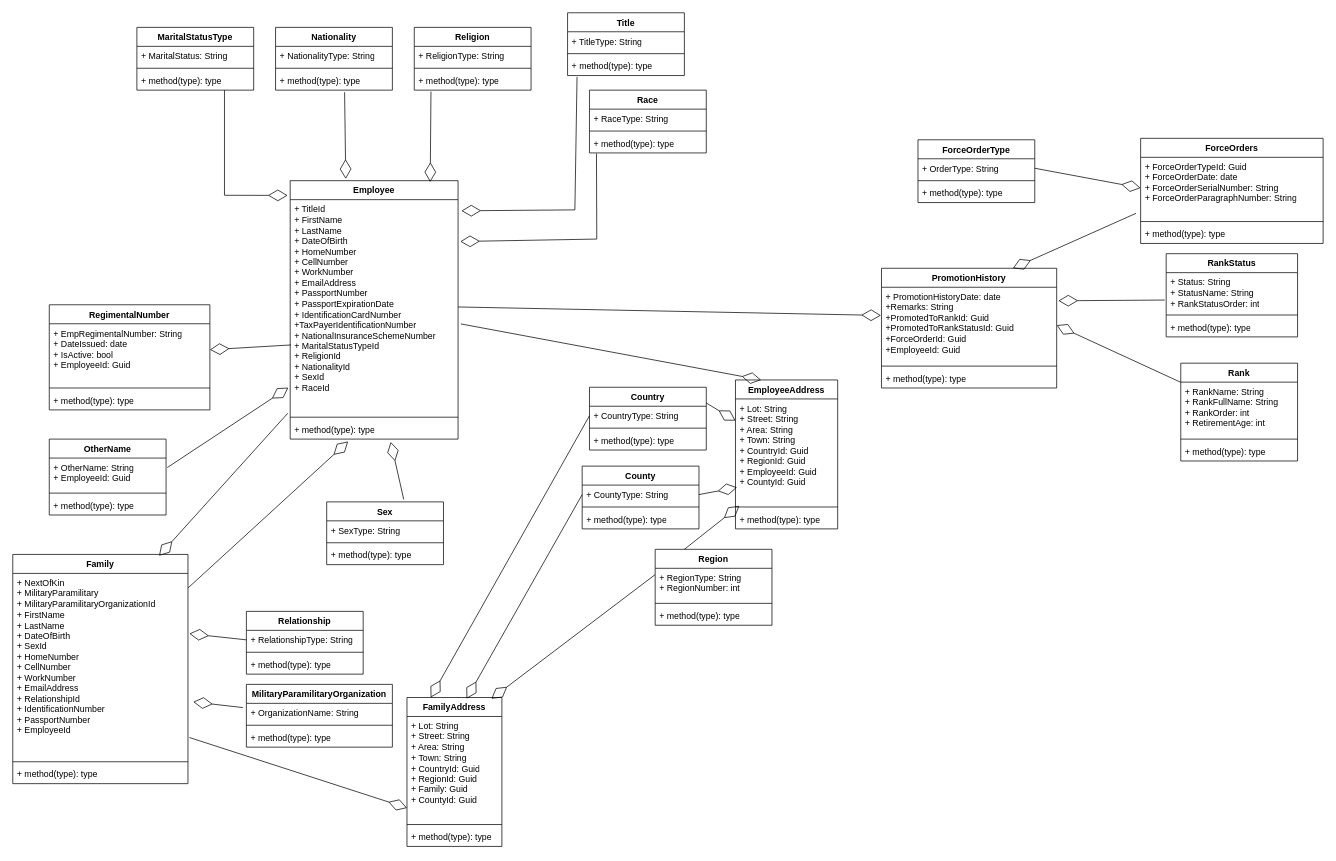
The draw.io diagram GDFHrmsDesignDocs.drawio in ResearchAndDevelopmentSignal/GDFHRMSDesignDocs, before the edit. Source tidied: cells renumbered, new cells numbered last; positions are measured from the earlier drawing's top-left corner, leaving out a move shared by most shapes. Both pictures are drawn from the tidied source at 73%, with x=0, y=0 at pixel (12, 12).
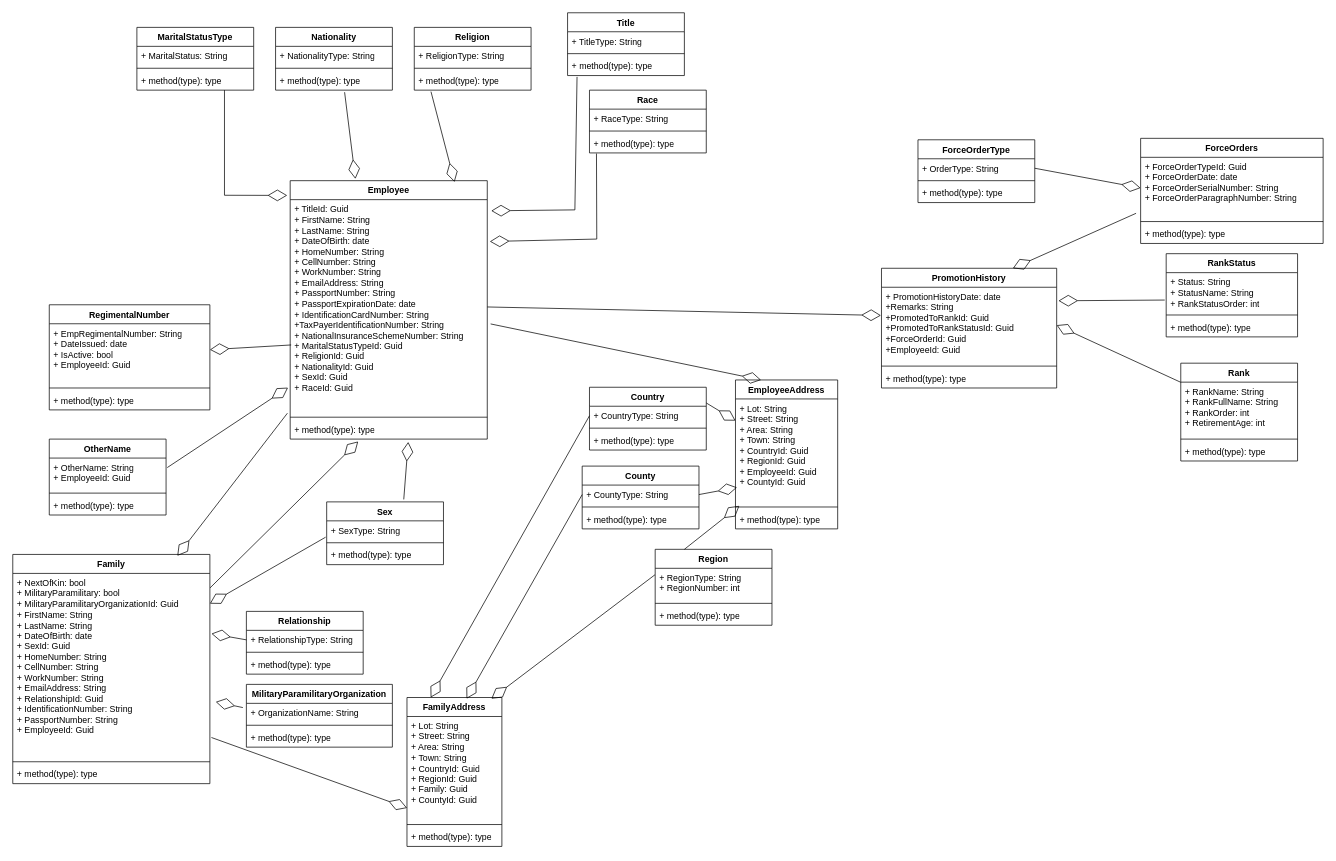
The same page after the edit.

Unchanged cells that the change refers to:
```xml
<mxCell id="19" value="+ SexType: String" style="text;strokeColor=none;fillColor=none;align=left;verticalAlign=top;spacingLeft=4;spacingRight=4;overflow=hidden;points=[[0,0.5],[1,0.5]];portConstraint=eastwest;whiteSpace=wrap;html=1;" parent="18" vertex="1">
  <mxGeometry y="26" width="160" height="26" as="geometry" />
</mxCell>
```

Change to the diagram source:
```diff
@@
     <mxCell id="50" value="Employee&lt;br&gt;" style="swimlane;fontStyle=1;align=center;verticalAlign=top;horizontal=1;startSize=26;whiteSpace=wrap;html=1;" parent="1" vertex="1">
-      <mxGeometry x="380" y="230" width="230" height="354" as="geometry" />
+      <mxGeometry x="380" y="230" width="270" height="354" as="geometry" />
     </mxCell>
-    <mxCell id="51" value="+ TitleId&lt;br&gt;+ FirstName&lt;br&gt;+ LastName&lt;br&gt;+ DateOfBirth&lt;br&gt;+ HomeNumber&lt;br&gt;+ CellNumber&lt;br&gt;+ WorkNumber&lt;br&gt;+ EmailAddress&lt;br&gt;+ PassportNumber&lt;br&gt;+ PassportExpirationDate&lt;br&gt;+ IdentificationCardNumber&lt;br&gt;+TaxPayerIdentificationNumber&lt;br&gt;+ NationalInsuranceSchemeNumber&lt;br&gt;+ MaritalStatusTypeId&lt;br&gt;+ ReligionId&lt;br&gt;+ NationalityId&lt;br&gt;+ SexId&lt;br&gt;+ RaceId" style="text;strokeColor=none;fillColor=none;align=left;verticalAlign=top;spacingLeft=4;spacingRight=4;overflow=hidden;points=[[0,0.5],[1,0.5]];portConstraint=eastwest;whiteSpace=wrap;html=1;" parent="50" vertex="1">
-      <mxGeometry y="26" width="230" height="294" as="geometry" />
+    <mxCell id="51" value="+ TitleId: Guid&lt;br&gt;+ FirstName: String&lt;br&gt;+ LastName: String&lt;br&gt;+ DateOfBirth: date&lt;br&gt;+ HomeNumber: String&lt;br&gt;+ CellNumber: String&lt;br&gt;+ WorkNumber: String&lt;br&gt;+ EmailAddress: String&lt;br&gt;+ PassportNumber: String&lt;br&gt;+ PassportExpirationDate: date&lt;br&gt;+ IdentificationCardNumber: String&lt;br&gt;+TaxPayerIdentificationNumber: String&lt;br&gt;+ NationalInsuranceSchemeNumber: String&lt;br&gt;+ MaritalStatusTypeId: Guid&lt;br&gt;+ ReligionId: Guid&lt;br&gt;+ NationalityId: Guid&lt;br&gt;+ SexId: Guid&lt;br&gt;+ RaceId: Guid&amp;nbsp;" style="text;strokeColor=none;fillColor=none;align=left;verticalAlign=top;spacingLeft=4;spacingRight=4;overflow=hidden;points=[[0,0.5],[1,0.5]];portConstraint=eastwest;whiteSpace=wrap;html=1;" parent="50" vertex="1">
+      <mxGeometry y="26" width="270" height="294" as="geometry" />
     </mxCell>
     <mxCell id="52" style="line;strokeWidth=1;fillColor=none;align=left;verticalAlign=middle;spacingTop=-1;spacingLeft=3;spacingRight=3;labelPosition=right;strokeColor=inherit;" parent="50" vertex="1">
-      <mxGeometry y="320" width="230" height="8" as="geometry" />
+      <mxGeometry y="320" width="270" height="8" as="geometry" />
     </mxCell>
     <mxCell id="53" value="+ method(type): type" style="text;strokeColor=none;fillColor=none;align=left;verticalAlign=top;spacingLeft=4;spacingRight=4;overflow=hidden;points=[[0,0.5],[1,0.5]];portConstraint=eastwest;whiteSpace=wrap;html=1;" parent="50" vertex="1">
-      <mxGeometry y="328" width="230" height="26" as="geometry" />
+      <mxGeometry y="328" width="270" height="26" as="geometry" />
     </mxCell>
@@
     <mxCell id="82" value="Family" style="swimlane;fontStyle=1;align=center;verticalAlign=top;horizontal=1;startSize=26;whiteSpace=wrap;html=1;" parent="1" vertex="1">
-      <mxGeometry y="742" width="240" height="314" as="geometry" />
+      <mxGeometry y="742" width="270" height="314" as="geometry" />
     </mxCell>
-    <mxCell id="83" value="+ NextOfKin&lt;br&gt;+ MilitaryParamilitary&lt;br&gt;+ MilitaryParamilitaryOrganizationId&lt;br&gt;+ FirstName&lt;br&gt;+ LastName&lt;br&gt;+ DateOfBirth&lt;br&gt;+ SexId&lt;br&gt;+ HomeNumber&lt;br&gt;+ CellNumber&lt;br&gt;+ WorkNumber&lt;br&gt;+ EmailAddress&lt;br&gt;+ RelationshipId&lt;br&gt;+ IdentificationNumber&lt;br&gt;+ PassportNumber&lt;br&gt;+ EmployeeId" style="text;strokeColor=none;fillColor=none;align=left;verticalAlign=top;spacingLeft=4;spacingRight=4;overflow=hidden;points=[[0,0.5],[1,0.5]];portConstraint=eastwest;whiteSpace=wrap;html=1;" parent="82" vertex="1">
-      <mxGeometry y="26" width="240" height="254" as="geometry" />
+    <mxCell id="83" value="+ NextOfKin: bool&lt;br&gt;+ MilitaryParamilitary: bool&lt;br&gt;+ MilitaryParamilitaryOrganizationId: Guid&lt;br&gt;+ FirstName: String&lt;br&gt;+ LastName: String&lt;br&gt;+ DateOfBirth: date&lt;br&gt;+ SexId: Guid&lt;br&gt;+ HomeNumber: String&lt;br&gt;+ CellNumber: String&lt;br&gt;+ WorkNumber: String&lt;br&gt;+ EmailAddress: String&lt;br&gt;+ RelationshipId: Guid&lt;br&gt;+ IdentificationNumber: String&lt;br&gt;+ PassportNumber: String&lt;br&gt;+ EmployeeId: Guid" style="text;strokeColor=none;fillColor=none;align=left;verticalAlign=top;spacingLeft=4;spacingRight=4;overflow=hidden;points=[[0,0.5],[1,0.5]];portConstraint=eastwest;whiteSpace=wrap;html=1;" parent="82" vertex="1">
+      <mxGeometry y="26" width="270" height="254" as="geometry" />
     </mxCell>
     <mxCell id="84" style="line;strokeWidth=1;fillColor=none;align=left;verticalAlign=middle;spacingTop=-1;spacingLeft=3;spacingRight=3;labelPosition=right;strokeColor=inherit;" parent="82" vertex="1">
-      <mxGeometry y="280" width="240" height="8" as="geometry" />
+      <mxGeometry y="280" width="270" height="8" as="geometry" />
     </mxCell>
     <mxCell id="85" value="+ method(type): type" style="text;strokeColor=none;fillColor=none;align=left;verticalAlign=top;spacingLeft=4;spacingRight=4;overflow=hidden;whiteSpace=wrap;html=1;" parent="82" vertex="1">
-      <mxGeometry y="288" width="240" height="26" as="geometry" />
+      <mxGeometry y="288" width="270" height="26" as="geometry" />
     </mxCell>
@@
+    <mxCell id="115" style="endArrow=diamondThin;endFill=0;endSize=24;html=1;rounded=0;entryX=1;entryY=0.163;entryDx=0;entryDy=0;entryPerimeter=0;exitX=-0.009;exitY=0.861;exitDx=0;exitDy=0;exitPerimeter=0;" parent="1" edge="1" source="19" target="83">
+      <mxGeometry relative="1" as="geometry" />
+    </mxCell>
```
